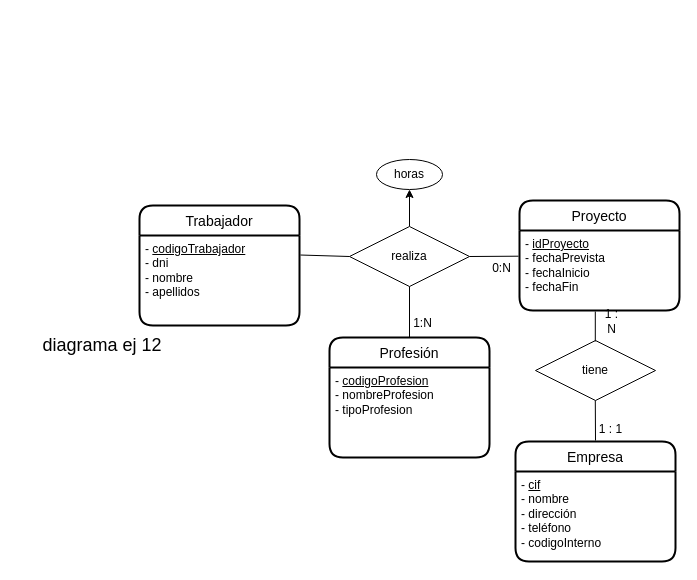
The draw.io diagram ex12.drawio in JuanMarinG/TA12_MYSQL, before the edit. Source tidied: cells renumbered, new cells numbered last; positions are measured from the earlier drawing's top-left corner, leaving out a move shared by most shapes. Both pictures are drawn from the tidied source at 100%, with x=0, y=0 at pixel (17, 159).
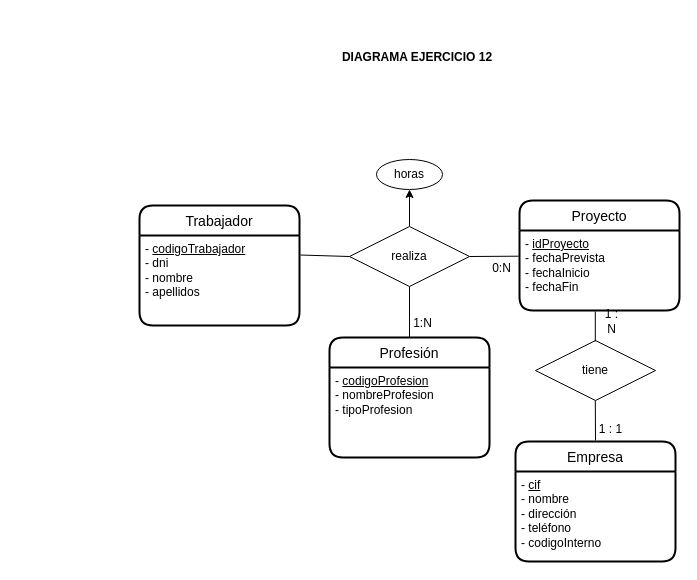
Above is the later version.

Diff of the diagram source:
```diff
@@
-    <mxCell id="24" value="&lt;font style=&quot;font-size: 18px;&quot;&gt;diagrama ej 12&lt;/font&gt;" style="text;html=1;strokeColor=none;fillColor=none;align=center;verticalAlign=middle;whiteSpace=wrap;rounded=0;" parent="1" vertex="1">
-      <mxGeometry y="146" width="170" height="80" as="geometry" />
+    <mxCell id="24" value="&lt;b&gt;DIAGRAMA EJERCICIO 12&lt;/b&gt;" style="text;html=1;strokeColor=none;fillColor=none;align=center;verticalAlign=middle;whiteSpace=wrap;rounded=0;" parent="1" vertex="1">
+      <mxGeometry x="315" y="-142" width="170" height="80" as="geometry" />
     </mxCell>
```
